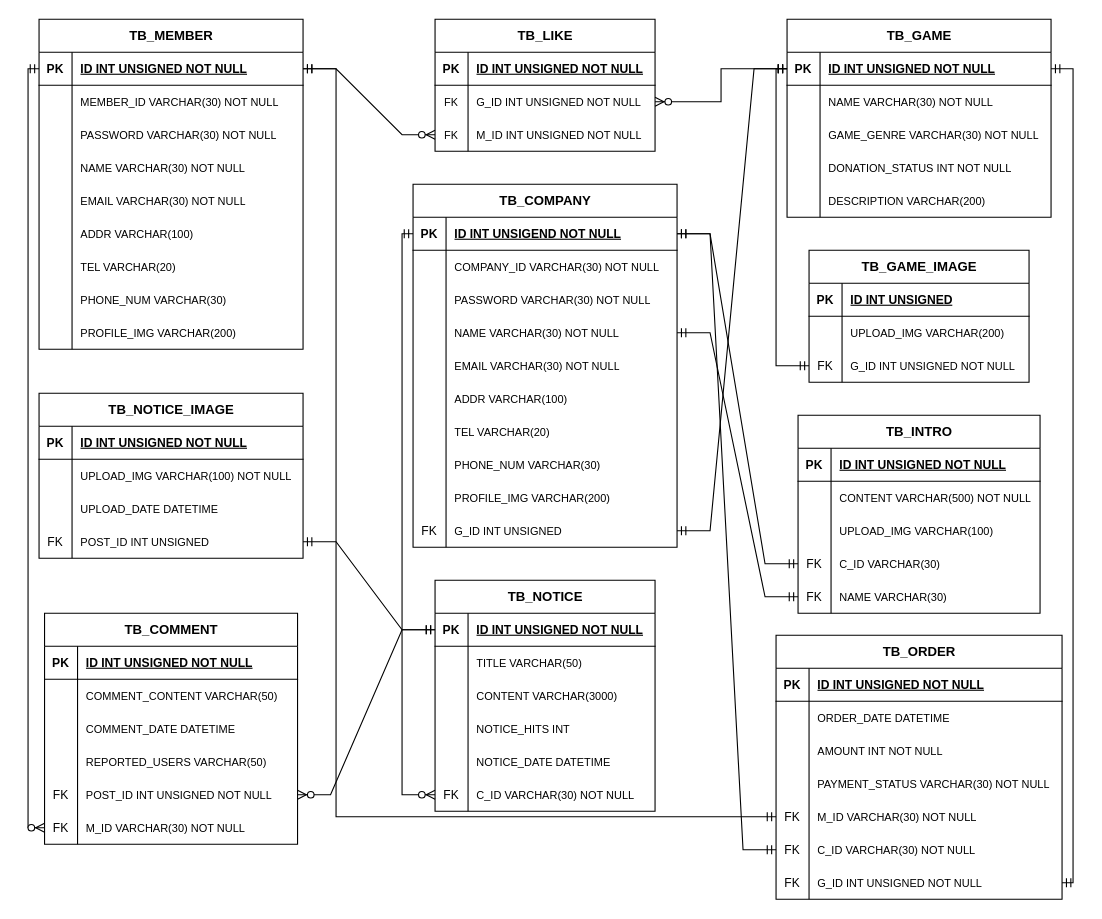
This is ERD.drawio from jaehyeonkim0/SpringSecurity, a draw.io file, before an edit. Source tidied: cells renumbered, new cells numbered last; positions are measured from the earlier drawing's top-left corner, leaving out a move shared by most shapes. Both pictures are drawn from the tidied source at 110%, with x=0, y=0 at pixel (38, 19).
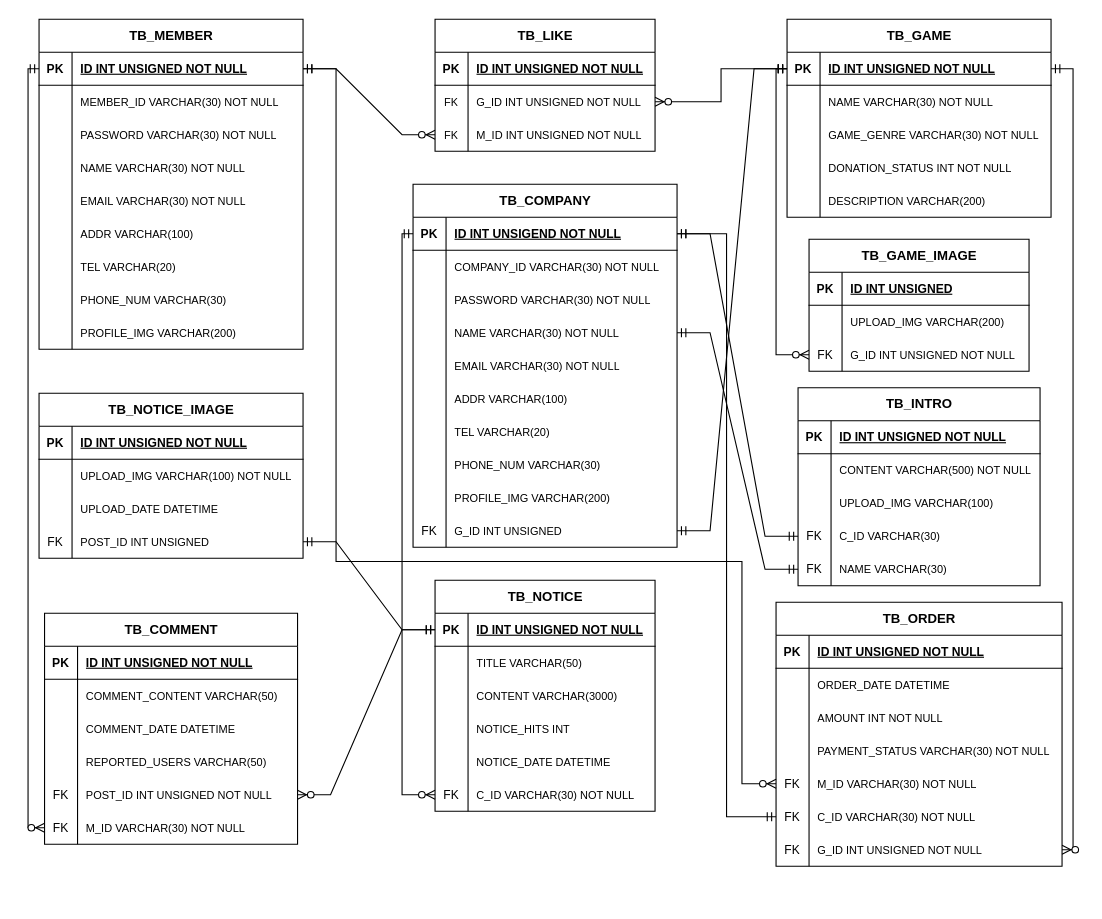
The same page after the edit.

The change refers to these unchanged cells:
```xml
<mxCell id="3" style="shape=tableRow;horizontal=0;startSize=0;swimlaneHead=0;swimlaneBody=0;fillColor=none;points=[[0,0.5],[1,0.5]];portConstraint=eastwest;top=0;left=0;right=0;bottom=1;" parent="2" vertex="1">
  <mxGeometry y="30" width="240" height="30" as="geometry" />
</mxCell>
<mxCell id="31" style="shape=tableRow;horizontal=0;startSize=0;swimlaneHead=0;swimlaneBody=0;fillColor=none;points=[[0,0.5],[1,0.5]];portConstraint=eastwest;top=0;left=0;right=0;bottom=1;" parent="30" vertex="1">
  <mxGeometry y="30" width="240" height="30" as="geometry" />
</mxCell>
<mxCell id="57" style="shape=tableRow;horizontal=0;startSize=0;swimlaneHead=0;swimlaneBody=0;fillColor=none;points=[[0,0.5],[1,0.5]];portConstraint=eastwest;top=0;left=0;right=0;bottom=1;" parent="56" vertex="1">
  <mxGeometry y="30" width="240" height="30" as="geometry" />
</mxCell>
<mxCell id="167" style="shape=tableRow;horizontal=0;startSize=0;swimlaneHead=0;swimlaneBody=0;fillColor=none;points=[[0,0.5],[1,0.5]];portConstraint=eastwest;top=0;left=0;right=0;bottom=0;" parent="154" vertex="1">
  <mxGeometry y="150" width="260" height="30" as="geometry" />
</mxCell>
<mxCell id="170" style="shape=tableRow;horizontal=0;startSize=0;swimlaneHead=0;swimlaneBody=0;fillColor=none;points=[[0,0.5],[1,0.5]];portConstraint=eastwest;top=0;left=0;right=0;bottom=0;" parent="154" vertex="1">
  <mxGeometry y="180" width="260" height="30" as="geometry" />
</mxCell>
<mxCell id="173" style="shape=tableRow;horizontal=0;startSize=0;swimlaneHead=0;swimlaneBody=0;fillColor=none;points=[[0,0.5],[1,0.5]];portConstraint=eastwest;top=0;left=0;right=0;bottom=0;" parent="154" vertex="1">
  <mxGeometry y="210" width="260" height="30" as="geometry" />
</mxCell>
<mxCell id="183" style="shape=tableRow;horizontal=0;startSize=0;swimlaneHead=0;swimlaneBody=0;fillColor=none;points=[[0,0.5],[1,0.5]];portConstraint=eastwest;top=0;left=0;right=0;bottom=0;" parent="176" vertex="1">
  <mxGeometry y="90" width="200" height="30" as="geometry" />
</mxCell>
```

Change to the diagram source:
```diff
@@
     <mxCell id="106" value="TB_INTRO" style="shape=table;startSize=30;childLayout=tableLayout;rowLines=0;fontStyle=1;align=center;html=1;" parent="1" vertex="1">
-      <mxGeometry x="690" y="360" width="220" height="180" as="geometry" />
+      <mxGeometry x="690" y="335" width="220" height="180" as="geometry" />
     </mxCell>
@@
     <mxCell id="154" value="TB_ORDER" style="shape=table;startSize=30;childLayout=tableLayout;rowLines=0;fontStyle=1;align=center;html=1;" parent="1" vertex="1">
-      <mxGeometry x="670" y="560" width="260" height="240" as="geometry" />
+      <mxGeometry x="670" y="530" width="260" height="240" as="geometry" />
     </mxCell>
@@
     <mxCell id="176" value="TB_GAME_IMAGE" style="shape=table;startSize=30;childLayout=tableLayout;rowLines=0;fontStyle=1;align=center;html=1;" parent="1" vertex="1">
-      <mxGeometry x="700" y="210" width="200" height="120" as="geometry" />
+      <mxGeometry x="700" y="200" width="200" height="120" as="geometry" />
     </mxCell>
@@
-    <mxCell id="187" style="edgeStyle=orthogonalEdgeStyle;fontSize=12;html=1;endArrow=ERmandOne;startArrow=ERmandOne;rounded=0;exitX=1;exitY=0.5;exitDx=0;exitDy=0;entryX=1;entryY=0.5;entryDx=0;entryDy=0;" parent="1" edge="1" source="173" target="31">
-      <mxGeometry relative="1" as="geometry" />
-    </mxCell>
@@
-    <mxCell id="190" style="edgeStyle=orthogonalEdgeStyle;fontSize=12;html=1;endArrow=ERmandOne;startArrow=ERmandOne;rounded=0;entryX=0;entryY=0.5;entryDx=0;entryDy=0;exitX=0;exitY=0.5;exitDx=0;exitDy=0;" parent="1" edge="1" source="183" target="31">
-      <mxGeometry relative="1" as="geometry" />
-    </mxCell>
@@
-    <mxCell id="197" style="edgeStyle=orthogonalEdgeStyle;fontSize=12;html=1;endArrow=ERmandOne;startArrow=ERmandOne;rounded=0;entryX=1;entryY=0.5;entryDx=0;entryDy=0;exitX=0;exitY=0.5;exitDx=0;exitDy=0;" parent="1" edge="1" source="167" target="3">
-      <mxGeometry relative="1" as="geometry">
-        <Array as="points">
-          <mxPoint x="270" y="725" />
-          <mxPoint x="270" y="45" />
-        </Array>
-      </mxGeometry>
-    </mxCell>
-    <mxCell id="198" style="edgeStyle=entityRelationEdgeStyle;fontSize=12;html=1;endArrow=ERmandOne;startArrow=ERmandOne;rounded=0;entryX=1;entryY=0.5;entryDx=0;entryDy=0;exitX=0;exitY=0.5;exitDx=0;exitDy=0;" parent="1" edge="1" source="170" target="57">
+    <mxCell id="198" style="edgeStyle=orthogonalEdgeStyle;fontSize=12;html=1;endArrow=ERmandOne;startArrow=ERmandOne;rounded=0;entryX=1;entryY=0.5;entryDx=0;entryDy=0;exitX=0;exitY=0.5;exitDx=0;exitDy=0;" parent="1" edge="1" source="170" target="57">
       <mxGeometry relative="1" as="geometry" />
     </mxCell>
+    <mxCell id="199" style="edgeStyle=orthogonalEdgeStyle;fontSize=12;html=1;endArrow=ERzeroToMany;startArrow=ERmandOne;rounded=0;exitX=1;exitY=0.5;exitDx=0;exitDy=0;entryX=1;entryY=0.5;entryDx=0;entryDy=0;" parent="1" edge="1" source="31" target="173">
+      <mxGeometry relative="1" as="geometry" />
+    </mxCell>
+    <mxCell id="200" style="edgeStyle=orthogonalEdgeStyle;fontSize=12;html=1;endArrow=ERzeroToMany;startArrow=ERmandOne;rounded=0;exitX=0;exitY=0.5;exitDx=0;exitDy=0;entryX=0;entryY=0.5;entryDx=0;entryDy=0;" parent="1" edge="1" source="31" target="183">
+      <mxGeometry relative="1" as="geometry" />
+    </mxCell>
+    <mxCell id="201" style="edgeStyle=orthogonalEdgeStyle;fontSize=12;html=1;endArrow=ERzeroToMany;startArrow=ERmandOne;rounded=0;exitX=1;exitY=0.5;exitDx=0;exitDy=0;entryX=0;entryY=0.5;entryDx=0;entryDy=0;" parent="1" edge="1" source="3" target="167">
+      <mxGeometry relative="1" as="geometry">
+        <Array as="points">
+          <mxPoint x="270" y="45" />
+          <mxPoint x="270" y="493" />
+          <mxPoint x="639" y="493" />
+          <mxPoint x="639" y="695" />
+        </Array>
+      </mxGeometry>
+    </mxCell>
```
